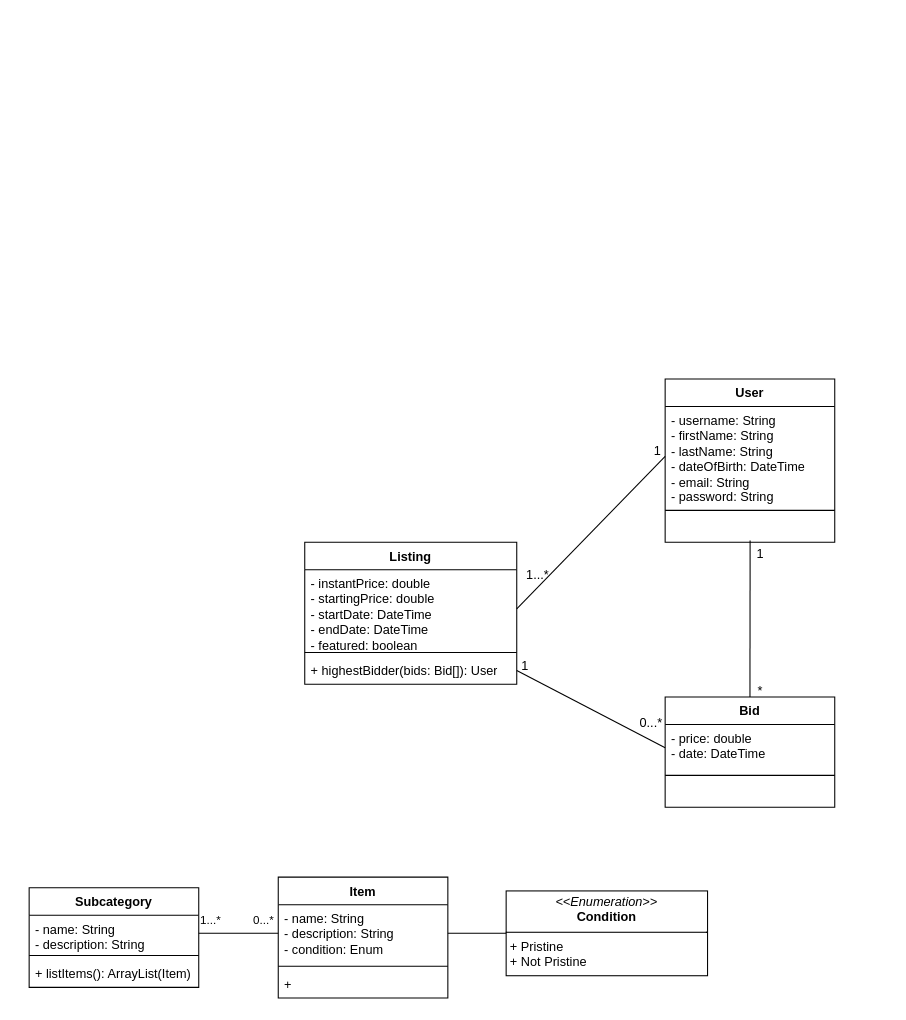
Above: Workshop4.drawio in antonykimuom/SWEN30006-2025-SM1-workshop1-tuew05-14-00-team-12 (draw.io), before the change. Source tidied: cells renumbered, new cells numbered last; positions are measured from the earlier drawing's top-left corner, leaving out a move shared by most shapes. Both pictures are drawn from the tidied source at 106%, with x=0, y=0 at pixel (29, 378).
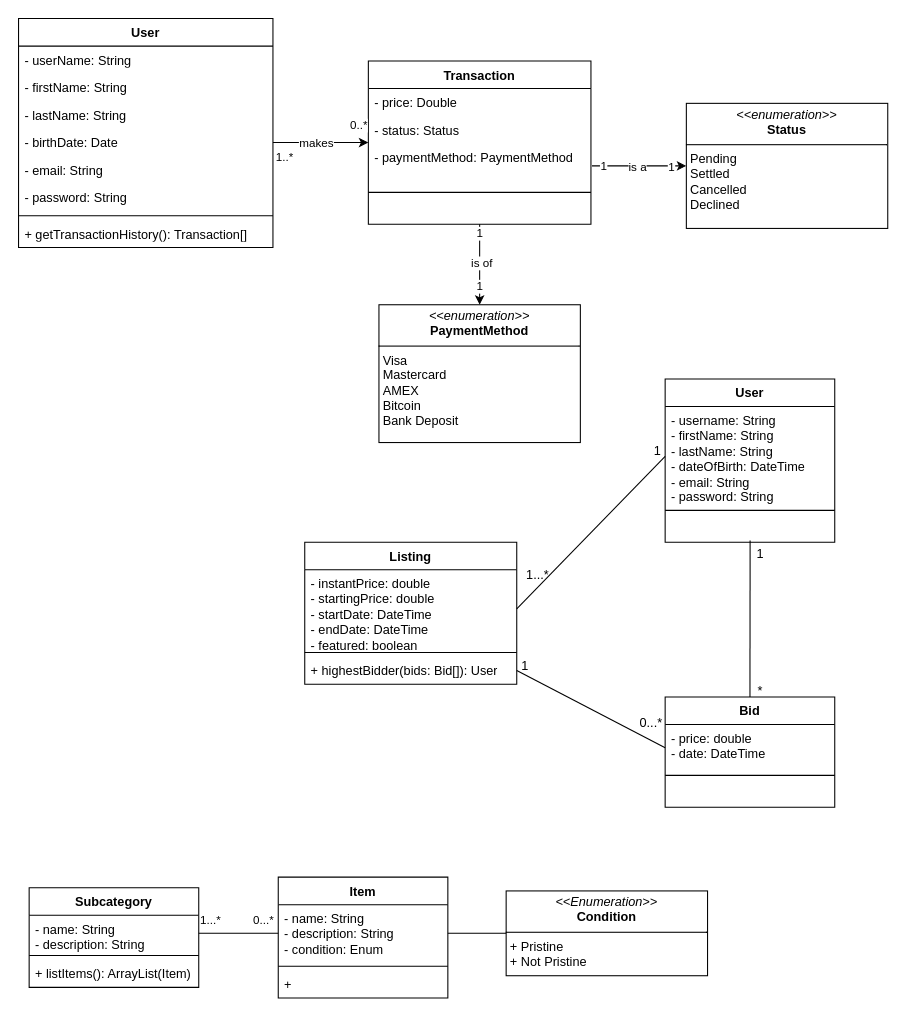
The same diagram, later.

The edit, as a diff of the source:
```diff
@@
+    <mxCell id="40" value="User" style="swimlane;fontStyle=1;align=center;verticalAlign=top;horizontal=1;startSize=26;whiteSpace=wrap;html=1;" parent="1" vertex="1">
+      <mxGeometry x="-10" y="-340" width="240" height="216" as="geometry" />
+    </mxCell>
+    <mxCell id="41" value="- userName: String&lt;span style=&quot;background-color: transparent; color: light-dark(rgb(0, 0, 0), rgb(255, 255, 255));&quot;&gt;&amp;nbsp;&lt;/span&gt;" style="text;strokeColor=none;fillColor=none;align=left;verticalAlign=top;spacingLeft=4;spacingRight=4;overflow=hidden;whiteSpace=wrap;html=1;" parent="40" vertex="1">
+      <mxGeometry y="26" width="240" height="26" as="geometry" />
+    </mxCell>
+    <mxCell id="42" value="- firstName: String" style="text;strokeColor=none;fillColor=none;align=left;verticalAlign=top;spacingLeft=4;spacingRight=4;overflow=hidden;whiteSpace=wrap;html=1;" parent="40" vertex="1">
+      <mxGeometry y="52" width="240" height="26" as="geometry" />
+    </mxCell>
+    <mxCell id="43" value="- lastName: String" style="text;strokeColor=none;fillColor=none;align=left;verticalAlign=top;spacingLeft=4;spacingRight=4;overflow=hidden;whiteSpace=wrap;html=1;" parent="40" vertex="1">
+      <mxGeometry y="78" width="240" height="26" as="geometry" />
+    </mxCell>
+    <mxCell id="44" value="- birthDate: Date" style="text;strokeColor=none;fillColor=none;align=left;verticalAlign=top;spacingLeft=4;spacingRight=4;overflow=hidden;points=[[0,0.5],[1,0.5]];portConstraint=eastwest;whiteSpace=wrap;html=1;" parent="40" vertex="1">
+      <mxGeometry y="104" width="240" height="26" as="geometry" />
+    </mxCell>
+    <mxCell id="45" value="- email: String" style="text;strokeColor=none;fillColor=none;align=left;verticalAlign=top;spacingLeft=4;spacingRight=4;overflow=hidden;whiteSpace=wrap;html=1;" parent="40" vertex="1">
+      <mxGeometry y="130" width="240" height="26" as="geometry" />
+    </mxCell>
+    <mxCell id="46" value="- password: String" style="text;strokeColor=none;fillColor=none;align=left;verticalAlign=top;spacingLeft=4;spacingRight=4;overflow=hidden;whiteSpace=wrap;html=1;" parent="40" vertex="1">
+      <mxGeometry y="156" width="240" height="26" as="geometry" />
+    </mxCell>
+    <mxCell id="47" style="line;strokeWidth=1;fillColor=none;align=left;verticalAlign=middle;spacingTop=-1;spacingLeft=3;spacingRight=3;labelPosition=right;strokeColor=inherit;" parent="40" vertex="1">
+      <mxGeometry y="182" width="240" height="8" as="geometry" />
+    </mxCell>
+    <mxCell id="48" value="+ getTransactionHistory(): Transaction[]" style="text;strokeColor=none;fillColor=none;align=left;verticalAlign=top;spacingLeft=4;spacingRight=4;overflow=hidden;whiteSpace=wrap;html=1;" parent="40" vertex="1">
+      <mxGeometry y="190" width="240" height="26" as="geometry" />
+    </mxCell>
@@
+    <mxCell id="49" style="edgeStyle=orthogonalEdgeStyle;rounded=0;jettySize=auto;html=1;" parent="1" edge="1" source="53" target="68">
+      <mxGeometry relative="1" as="geometry" />
+    </mxCell>
+    <mxCell id="50" value="is of" style="edgeLabel;html=1;align=center;verticalAlign=middle;" parent="49" vertex="1">
+      <mxGeometry x="-0.04" y="1" relative="1" as="geometry" />
+    </mxCell>
+    <mxCell id="51" value="1" style="edgeLabel;html=1;align=center;verticalAlign=middle;" parent="49" vertex="1">
+      <mxGeometry x="-0.8" y="-1" relative="1" as="geometry" />
+    </mxCell>
+    <mxCell id="52" value="1" style="edgeLabel;html=1;align=center;verticalAlign=middle;" parent="49" vertex="1">
+      <mxGeometry x="0.53" y="-1" relative="1" as="geometry" />
+    </mxCell>
@@
+    <mxCell id="53" value="Transaction" style="swimlane;fontStyle=1;align=center;verticalAlign=top;horizontal=1;startSize=26;whiteSpace=wrap;html=1;" parent="1" vertex="1">
+      <mxGeometry x="320" y="-300" width="210" height="154" as="geometry" />
+    </mxCell>
+    <mxCell id="54" value="- price: Double" style="text;strokeColor=none;fillColor=none;align=left;verticalAlign=top;spacingLeft=4;spacingRight=4;overflow=hidden;whiteSpace=wrap;html=1;" parent="53" vertex="1">
+      <mxGeometry y="26" width="210" height="26" as="geometry" />
+    </mxCell>
+    <mxCell id="55" value="- status: Status" style="text;strokeColor=none;fillColor=none;align=left;verticalAlign=top;spacingLeft=4;spacingRight=4;overflow=hidden;whiteSpace=wrap;html=1;" parent="53" vertex="1">
+      <mxGeometry y="52" width="210" height="26" as="geometry" />
+    </mxCell>
+    <mxCell id="56" value="- paymentMethod: PaymentMethod" style="text;strokeColor=none;fillColor=none;align=left;verticalAlign=top;spacingLeft=4;spacingRight=4;overflow=hidden;whiteSpace=wrap;html=1;" parent="53" vertex="1">
+      <mxGeometry y="78" width="210" height="42" as="geometry" />
+    </mxCell>
+    <mxCell id="57" style="line;strokeWidth=1;fillColor=none;align=left;verticalAlign=middle;spacingTop=-1;spacingLeft=3;spacingRight=3;labelPosition=right;strokeColor=inherit;" parent="53" vertex="1">
+      <mxGeometry y="120" width="210" height="8" as="geometry" />
+    </mxCell>
+    <mxCell id="58" value="&lt;div&gt;&lt;br&gt;&lt;/div&gt;&lt;div&gt;&lt;br&gt;&lt;/div&gt;" style="text;strokeColor=none;fillColor=none;align=left;verticalAlign=top;spacingLeft=4;spacingRight=4;overflow=hidden;whiteSpace=wrap;html=1;" parent="53" vertex="1">
+      <mxGeometry y="128" width="210" height="26" as="geometry" />
+    </mxCell>
@@
+    <mxCell id="59" value="&lt;p style=&quot;margin:0px;margin-top:4px;text-align:center;&quot;&gt;&lt;i&gt;&amp;lt;&amp;lt;enumeration&amp;gt;&amp;gt;&lt;/i&gt;&lt;br&gt;&lt;b&gt;Status&lt;/b&gt;&lt;/p&gt;&lt;hr size=&quot;1&quot; style=&quot;border-style:solid;&quot;&gt;&lt;p style=&quot;margin:0px;margin-left:4px;&quot;&gt;Pending&lt;/p&gt;&lt;p style=&quot;margin:0px;margin-left:4px;&quot;&gt;Settled&lt;/p&gt;&lt;p style=&quot;margin:0px;margin-left:4px;&quot;&gt;Cancelled&lt;/p&gt;&lt;p style=&quot;margin:0px;margin-left:4px;&quot;&gt;Declined&lt;/p&gt;&lt;p style=&quot;margin:0px;margin-left:4px;&quot;&gt;&lt;br&gt;&lt;/p&gt;&lt;p style=&quot;margin:0px;margin-left:4px;&quot;&gt;&lt;br&gt;&lt;/p&gt;" style="verticalAlign=top;align=left;overflow=fill;html=1;whiteSpace=wrap;" parent="1" vertex="1">
+      <mxGeometry x="620" y="-260" width="190" height="118" as="geometry" />
+    </mxCell>
@@
+    <mxCell id="60" style="rounded=0;jettySize=auto;html=1;" parent="1" edge="1" source="44" target="53">
+      <mxGeometry relative="1" as="geometry" />
+    </mxCell>
+    <mxCell id="61" value="makes" style="edgeLabel;html=1;align=center;verticalAlign=middle;" parent="60" vertex="1">
+      <mxGeometry x="-0.15" y="-2" relative="1" as="geometry">
+        <mxPoint x="2" y="-2" as="offset" />
+      </mxGeometry>
+    </mxCell>
+    <mxCell id="62" value="1..*" style="edgeLabel;html=1;align=center;verticalAlign=middle;" parent="60" vertex="1">
+      <mxGeometry x="-0.84" y="1" relative="1" as="geometry">
+        <mxPoint x="3" y="14" as="offset" />
+      </mxGeometry>
+    </mxCell>
+    <mxCell id="63" value="0..*" style="edgeLabel;html=1;align=center;verticalAlign=middle;" parent="60" vertex="1">
+      <mxGeometry x="0.56" y="-2" relative="1" as="geometry">
+        <mxPoint x="10" y="-19" as="offset" />
+      </mxGeometry>
+    </mxCell>
@@
+    <mxCell id="64" style="rounded=0;jettySize=auto;html=1;" parent="1" edge="1" target="59">
+      <mxGeometry relative="1" as="geometry">
+        <mxPoint x="531" y="-201" as="sourcePoint" />
+      </mxGeometry>
+    </mxCell>
+    <mxCell id="65" value="is a" style="edgeLabel;html=1;align=center;verticalAlign=middle;" parent="64" vertex="1">
+      <mxGeometry x="-0.2" y="1" relative="1" as="geometry">
+        <mxPoint x="6" y="1" as="offset" />
+      </mxGeometry>
+    </mxCell>
+    <mxCell id="66" value="1" style="edgeLabel;html=1;align=center;verticalAlign=middle;" parent="64" vertex="1">
+      <mxGeometry x="0.66" y="-1" relative="1" as="geometry">
+        <mxPoint y="-1" as="offset" />
+      </mxGeometry>
+    </mxCell>
+    <mxCell id="67" value="1" style="edgeLabel;html=1;align=center;verticalAlign=middle;" parent="64" vertex="1">
+      <mxGeometry x="-0.88" y="2" relative="1" as="geometry">
+        <mxPoint x="5" y="1" as="offset" />
+      </mxGeometry>
+    </mxCell>
@@
+    <mxCell id="68" value="&lt;p style=&quot;margin:0px;margin-top:4px;text-align:center;&quot;&gt;&lt;i&gt;&amp;lt;&amp;lt;enumeration&amp;gt;&amp;gt;&lt;/i&gt;&lt;br&gt;&lt;b&gt;PaymentMethod&lt;/b&gt;&lt;/p&gt;&lt;hr size=&quot;1&quot; style=&quot;border-style:solid;&quot;&gt;&lt;p style=&quot;margin:0px;margin-left:4px;&quot;&gt;Visa&lt;/p&gt;&lt;p style=&quot;margin:0px;margin-left:4px;&quot;&gt;Mastercard&lt;/p&gt;&lt;p style=&quot;margin:0px;margin-left:4px;&quot;&gt;AMEX&lt;/p&gt;&lt;p style=&quot;margin:0px;margin-left:4px;&quot;&gt;Bitcoin&lt;/p&gt;&lt;p style=&quot;margin:0px;margin-left:4px;&quot;&gt;Bank Deposit&lt;/p&gt;&lt;p style=&quot;margin:0px;margin-left:4px;&quot;&gt;&lt;br&gt;&lt;/p&gt;&lt;p style=&quot;margin:0px;margin-left:4px;&quot;&gt;&lt;br&gt;&lt;/p&gt;" style="verticalAlign=top;align=left;overflow=fill;html=1;whiteSpace=wrap;" parent="1" vertex="1">
+      <mxGeometry x="330" y="-70" width="190" height="130" as="geometry" />
+    </mxCell>
```
